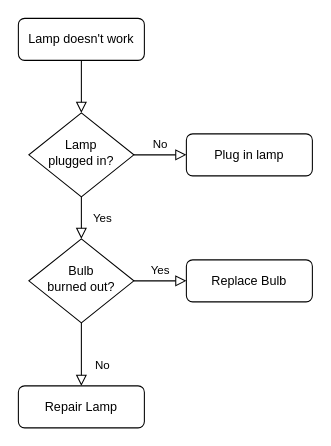
The draw.io diagram public/测试02.drawio in boyxlj/drawio, before the edit. Source tidied: cells renumbered, new cells numbered last; positions are measured from the earlier drawing's top-left corner, leaving out a move shared by most shapes. Both pictures are drawn from the tidied source at 105%, with x=0, y=0 at pixel (18, 18).
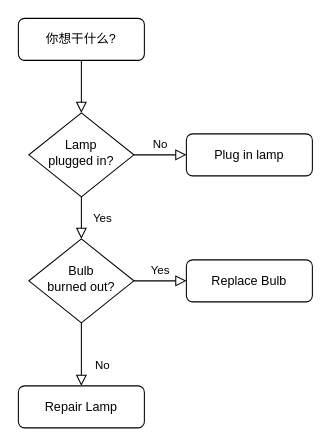
The same page after the edit.

What changed in the source:
```diff
@@
 <mxGraphModel>
   <root>
     <mxCell id="0" />
     <mxCell id="1" parent="0" />
     <mxCell id="2" style="rounded=0;html=1;jettySize=auto;fontSize=11;endArrow=block;endFill=0;endSize=8;strokeWidth=1;shadow=0;labelBackgroundColor=none;edgeStyle=orthogonalEdgeStyle;" parent="1" edge="1" source="3" target="6">
       <mxGeometry relative="1" as="geometry" />
     </mxCell>
-    <mxCell id="3" value="Lamp doesn't work" style="rounded=1;whiteSpace=wrap;html=1;fontSize=12;glass=0;strokeWidth=1;shadow=0;" parent="1" vertex="1">
+    <mxCell id="3" value="你想干什么?" style="rounded=1;whiteSpace=wrap;html=1;fontSize=12;glass=0;strokeWidth=1;shadow=0;" parent="1" vertex="1">
       <mxGeometry width="120" height="40" as="geometry" />
     </mxCell>
     <mxCell id="4" value="Yes" style="rounded=0;html=1;jettySize=auto;fontSize=11;endArrow=block;endFill=0;endSize=8;strokeWidth=1;shadow=0;labelBackgroundColor=none;edgeStyle=orthogonalEdgeStyle;" parent="1" edge="1" source="6" target="10">
       <mxGeometry y="20" relative="1" as="geometry" />
     </mxCell>
     <mxCell id="5" value="No" style="edgeStyle=orthogonalEdgeStyle;rounded=0;html=1;jettySize=auto;fontSize=11;endArrow=block;endFill=0;endSize=8;strokeWidth=1;shadow=0;labelBackgroundColor=none;" parent="1" edge="1" source="6" target="7">
       <mxGeometry y="10" relative="1" as="geometry" />
     </mxCell>
     <mxCell id="6" value="Lamp&lt;br&gt;plugged in?" style="rhombus;whiteSpace=wrap;html=1;shadow=0;fontFamily=Helvetica;fontSize=12;align=center;strokeWidth=1;spacing=6;spacingTop=-4;" parent="1" vertex="1">
       <mxGeometry x="10" y="90" width="100" height="80" as="geometry" />
     </mxCell>
     <mxCell id="7" value="Plug in lamp" style="rounded=1;whiteSpace=wrap;html=1;fontSize=12;glass=0;strokeWidth=1;shadow=0;" parent="1" vertex="1">
       <mxGeometry x="160" y="110" width="120" height="40" as="geometry" />
     </mxCell>
     <mxCell id="8" value="No" style="rounded=0;html=1;jettySize=auto;fontSize=11;endArrow=block;endFill=0;endSize=8;strokeWidth=1;shadow=0;labelBackgroundColor=none;edgeStyle=orthogonalEdgeStyle;" parent="1" edge="1" source="10" target="11">
       <mxGeometry x="0.33" y="20" relative="1" as="geometry" />
     </mxCell>
     <mxCell id="9" value="Yes" style="edgeStyle=orthogonalEdgeStyle;rounded=0;html=1;jettySize=auto;fontSize=11;endArrow=block;endFill=0;endSize=8;strokeWidth=1;shadow=0;labelBackgroundColor=none;" parent="1" edge="1" source="10" target="12">
       <mxGeometry y="10" relative="1" as="geometry" />
     </mxCell>
     <mxCell id="10" value="Bulb&lt;br&gt;burned out?" style="rhombus;whiteSpace=wrap;html=1;shadow=0;fontFamily=Helvetica;fontSize=12;align=center;strokeWidth=1;spacing=6;spacingTop=-4;" parent="1" vertex="1">
       <mxGeometry x="10" y="210" width="100" height="80" as="geometry" />
     </mxCell>
     <mxCell id="11" value="Repair Lamp" style="rounded=1;whiteSpace=wrap;html=1;fontSize=12;glass=0;strokeWidth=1;shadow=0;" parent="1" vertex="1">
       <mxGeometry y="350" width="120" height="40" as="geometry" />
     </mxCell>
     <mxCell id="12" value="Replace Bulb" style="rounded=1;whiteSpace=wrap;html=1;fontSize=12;glass=0;strokeWidth=1;shadow=0;" parent="1" vertex="1">
       <mxGeometry x="160" y="230" width="120" height="40" as="geometry" />
     </mxCell>
   </root>
 </mxGraphModel>
```
